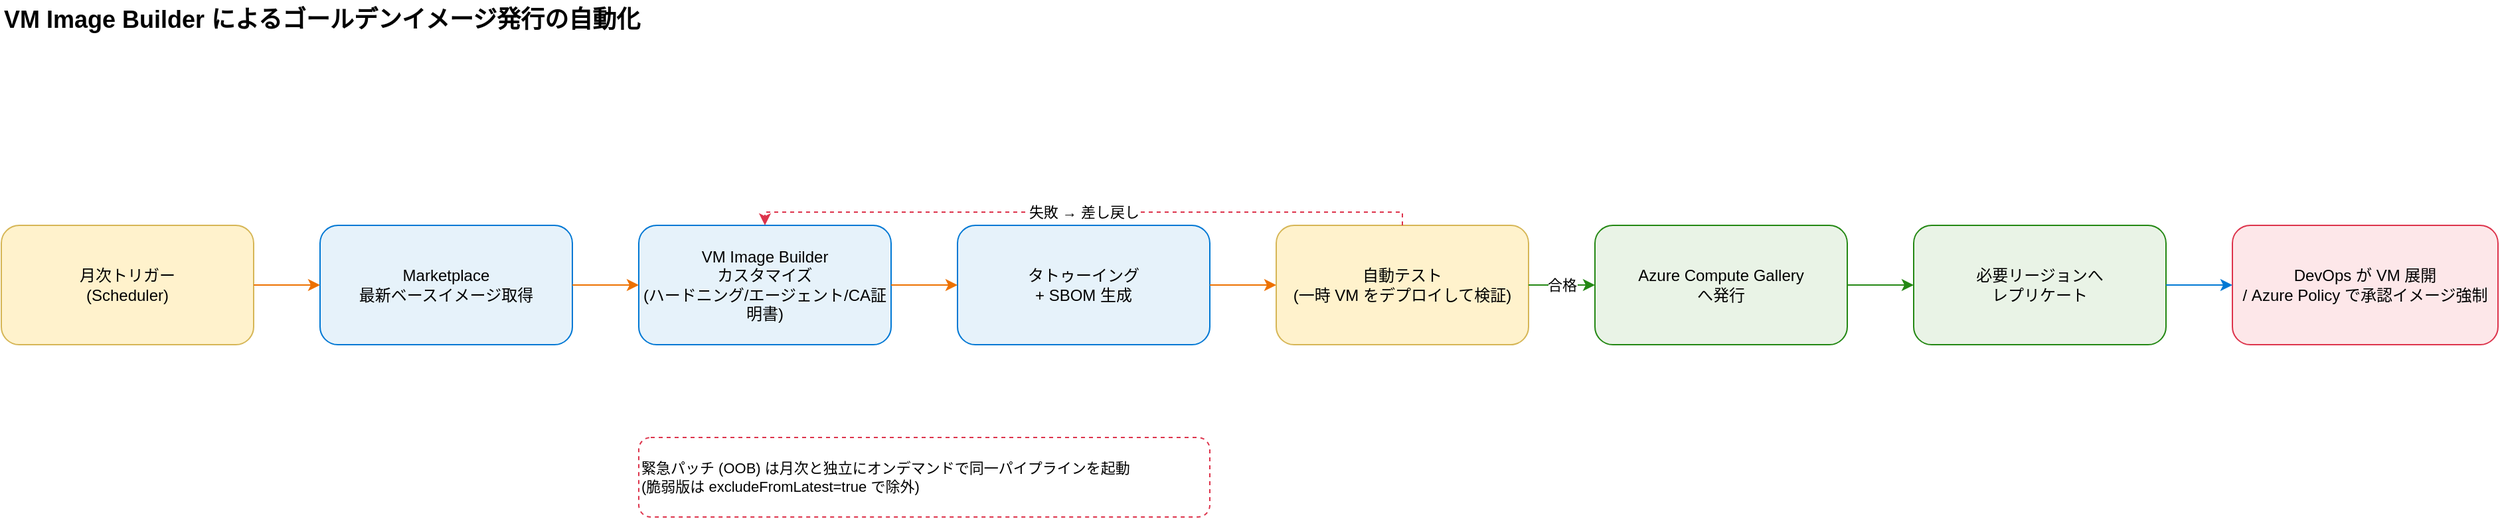
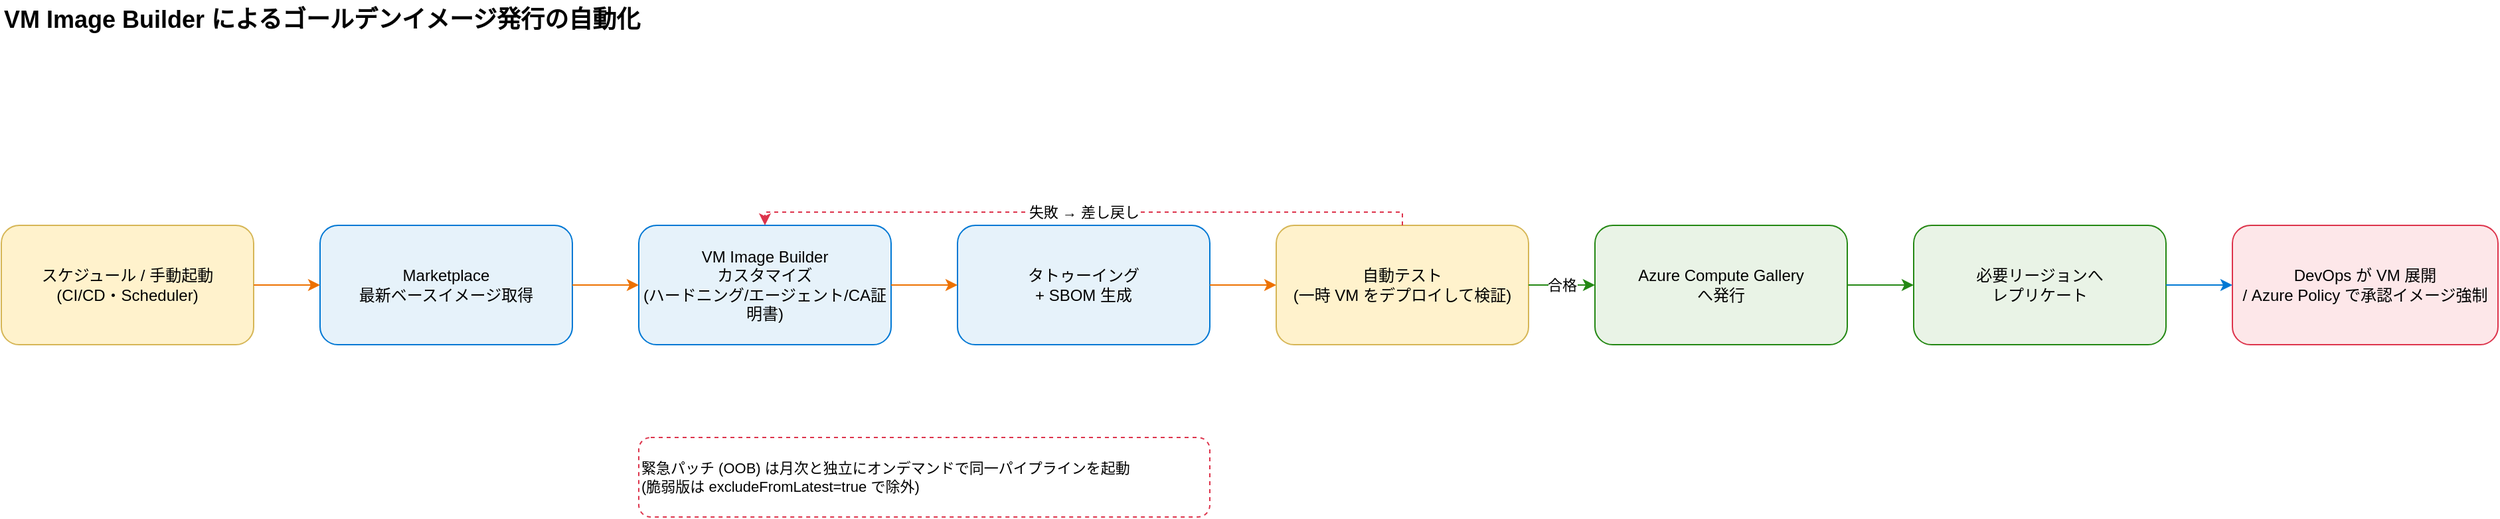
<mxfile host="app.diagrams.net" agent="copilot">
  <diagram id="aib-publish-flow" name="AIB Golden Image Publish Flow">
    <mxGraphModel dx="1422" dy="762" grid="1" gridSize="10" guides="1" tooltips="1" connect="1" arrows="1" fold="1" page="1" pageScale="1" pageWidth="2000" pageHeight="900" math="0" shadow="0">
      <root>
        <mxCell id="0"/>
        <mxCell id="1" parent="0"/>

        <mxCell id="title" value="VM Image Builder によるゴールデンイメージ発行の自動化" style="text;html=1;align=left;verticalAlign=middle;fontStyle=1;fontSize=18;" vertex="1" parent="1">
          <mxGeometry x="40" y="30" width="900" height="30" as="geometry"/>
        </mxCell>

-         <mxCell id="n1" value="月次トリガー&#10;(Scheduler)" style="rounded=1;whiteSpace=wrap;html=1;fillColor=#FFF2CC;strokeColor=#D6B656;fontSize=12;" vertex="1" parent="1">
+         <mxCell id="n1" value="スケジュール / 手動起動&#10;(CI/CD・Scheduler)" style="rounded=1;whiteSpace=wrap;html=1;fillColor=#FFF2CC;strokeColor=#D6B656;fontSize=12;" vertex="1" parent="1">
          <mxGeometry x="40" y="200" width="190" height="90" as="geometry"/>
        </mxCell>
        <mxCell id="n2" value="Marketplace&#10;最新ベースイメージ取得" style="rounded=1;whiteSpace=wrap;html=1;fillColor=#E6F2FA;strokeColor=#0078D4;fontSize=12;" vertex="1" parent="1">
          <mxGeometry x="280" y="200" width="190" height="90" as="geometry"/>
        </mxCell>
        <mxCell id="n3" value="VM Image Builder&#10;カスタマイズ&#10;(ハードニング/エージェント/CA証明書)" style="rounded=1;whiteSpace=wrap;html=1;fillColor=#E6F2FA;strokeColor=#0078D4;fontSize=12;" vertex="1" parent="1">
          <mxGeometry x="520" y="200" width="190" height="90" as="geometry"/>
        </mxCell>
        <mxCell id="n4" value="タトゥーイング&#10;+ SBOM 生成" style="rounded=1;whiteSpace=wrap;html=1;fillColor=#E6F2FA;strokeColor=#0078D4;fontSize=12;" vertex="1" parent="1">
          <mxGeometry x="760" y="200" width="190" height="90" as="geometry"/>
        </mxCell>
        <mxCell id="n5" value="自動テスト&#10;(一時 VM をデプロイして検証)" style="rounded=1;whiteSpace=wrap;html=1;fillColor=#FFF2CC;strokeColor=#D6B656;fontSize=12;" vertex="1" parent="1">
          <mxGeometry x="1000" y="200" width="190" height="90" as="geometry"/>
        </mxCell>
        <mxCell id="n6" value="Azure Compute Gallery&#10;へ発行" style="rounded=1;whiteSpace=wrap;html=1;fillColor=#E9F3E6;strokeColor=#248814;fontSize=12;" vertex="1" parent="1">
          <mxGeometry x="1240" y="200" width="190" height="90" as="geometry"/>
        </mxCell>
        <mxCell id="n7" value="必要リージョンへ&#10;レプリケート" style="rounded=1;whiteSpace=wrap;html=1;fillColor=#E9F3E6;strokeColor=#248814;fontSize=12;" vertex="1" parent="1">
          <mxGeometry x="1480" y="200" width="190" height="90" as="geometry"/>
        </mxCell>
        <mxCell id="n8" value="DevOps が VM 展開&#10;/ Azure Policy で承認イメージ強制" style="rounded=1;whiteSpace=wrap;html=1;fillColor=#FDE7E9;strokeColor=#DD344C;fontSize=12;" vertex="1" parent="1">
          <mxGeometry x="1720" y="200" width="200" height="90" as="geometry"/>
        </mxCell>

        <mxCell id="oob" value="緊急パッチ (OOB) は月次と独立にオンデマンドで同一パイプラインを起動&#10;(脆弱版は excludeFromLatest=true で除外)" style="rounded=1;whiteSpace=wrap;html=1;dashed=1;fillColor=#FFFFFF;strokeColor=#DD344C;fontSize=11;align=left;verticalAlign=middle;" vertex="1" parent="1">
          <mxGeometry x="520" y="360" width="430" height="60" as="geometry"/>
        </mxCell>

        <mxCell id="e1" style="edgeStyle=orthogonalEdgeStyle;rounded=0;html=1;strokeColor=#ED7100;" edge="1" parent="1" source="n1" target="n2"><mxGeometry relative="1" as="geometry"/></mxCell>
        <mxCell id="e2" style="edgeStyle=orthogonalEdgeStyle;rounded=0;html=1;strokeColor=#ED7100;" edge="1" parent="1" source="n2" target="n3"><mxGeometry relative="1" as="geometry"/></mxCell>
        <mxCell id="e3" style="edgeStyle=orthogonalEdgeStyle;rounded=0;html=1;strokeColor=#ED7100;" edge="1" parent="1" source="n3" target="n4"><mxGeometry relative="1" as="geometry"/></mxCell>
        <mxCell id="e4" style="edgeStyle=orthogonalEdgeStyle;rounded=0;html=1;strokeColor=#ED7100;" edge="1" parent="1" source="n4" target="n5"><mxGeometry relative="1" as="geometry"/></mxCell>
        <mxCell id="e5" value="合格" style="edgeStyle=orthogonalEdgeStyle;rounded=0;html=1;strokeColor=#248814;fontSize=11;" edge="1" parent="1" source="n5" target="n6"><mxGeometry relative="1" as="geometry"/></mxCell>
        <mxCell id="e6" style="edgeStyle=orthogonalEdgeStyle;rounded=0;html=1;strokeColor=#248814;" edge="1" parent="1" source="n6" target="n7"><mxGeometry relative="1" as="geometry"/></mxCell>
        <mxCell id="e7" style="edgeStyle=orthogonalEdgeStyle;rounded=0;html=1;strokeColor=#0078D4;" edge="1" parent="1" source="n7" target="n8"><mxGeometry relative="1" as="geometry"/></mxCell>

        <mxCell id="efb" value="失敗 → 差し戻し" style="edgeStyle=orthogonalEdgeStyle;rounded=0;html=1;dashed=1;strokeColor=#DD344C;fontSize=11;exitX=0.5;exitY=0;entryX=0.5;entryY=0;" edge="1" parent="1" source="n5" target="n3"><mxGeometry relative="1" as="geometry"/></mxCell>
      </root>
    </mxGraphModel>
  </diagram>
</mxfile>
